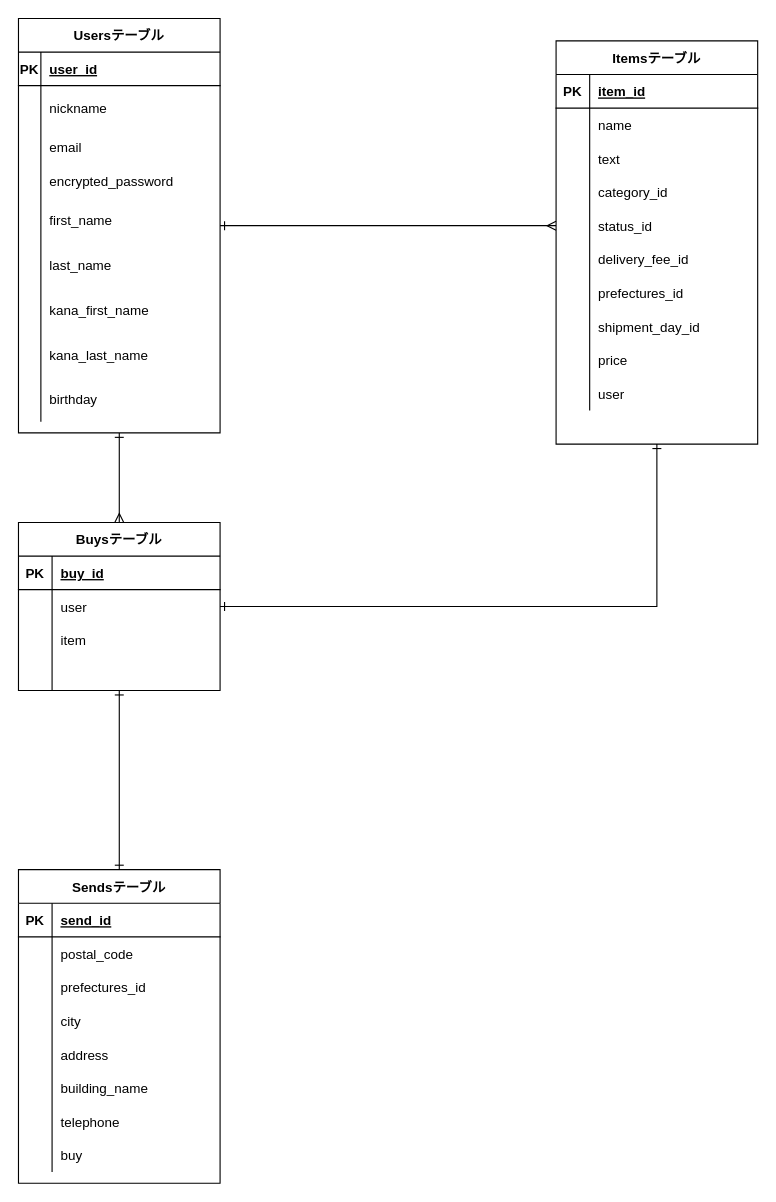
The draw.io diagram furima.dio in KawashimaRyuhei/furima-36232, before the edit. Source tidied: cells renumbered, new cells numbered last; positions are measured from the earlier drawing's top-left corner, leaving out a move shared by most shapes. Both pictures are drawn from the tidied source at 112%, with x=0, y=0 at pixel (18, 18).
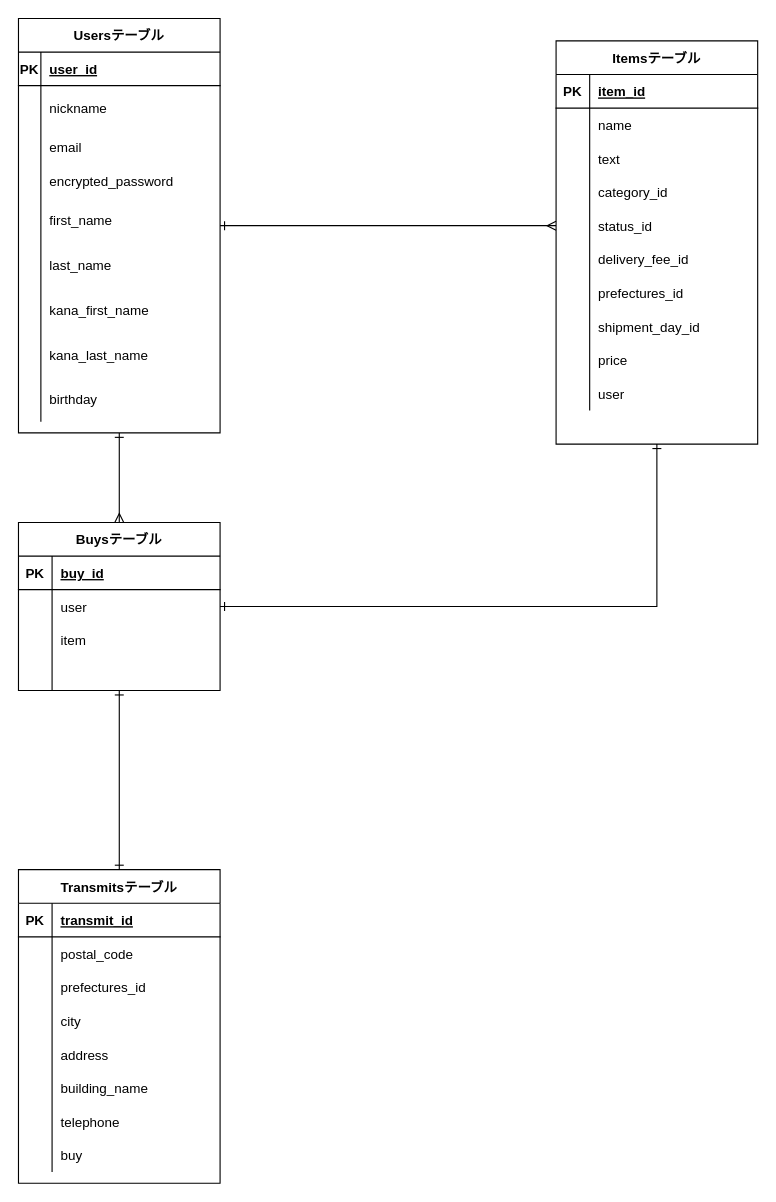
The same page after the edit.

The change refers to these unchanged cells:
```xml
<mxCell id="79" style="shape=partialRectangle;fillColor=none;top=0;left=0;bottom=1;right=0;" parent="78" vertex="1">
  <mxGeometry y="30" width="180" height="30" as="geometry" />
</mxCell>
```

The edit, as a diff of the source:
```diff
@@
-    <mxCell id="78" value="Sendsテーブル" style="shape=table;startSize=30;childLayout=tableLayout;rowLines=0;fontStyle=1;align=center;" parent="1" vertex="1">
+    <mxCell id="78" value="Transmitsテーブル" style="shape=table;startSize=30;childLayout=tableLayout;rowLines=0;fontStyle=1;align=center;" parent="1" vertex="1">
       <mxGeometry y="760" width="180" height="280" as="geometry" />
     </mxCell>
@@
-    <mxCell id="81" value="send_id" style="shape=partialRectangle;fillColor=none;top=0;left=0;bottom=0;right=0;align=left;spacingLeft=6;fontStyle=5;overflow=hidden;" parent="79" vertex="1">
+    <mxCell id="81" value="transmit_id" style="shape=partialRectangle;fillColor=none;top=0;left=0;bottom=0;right=0;align=left;spacingLeft=6;fontStyle=5;overflow=hidden;" parent="79" vertex="1">
       <mxGeometry x="30" width="150" height="30" as="geometry" />
     </mxCell>
```
